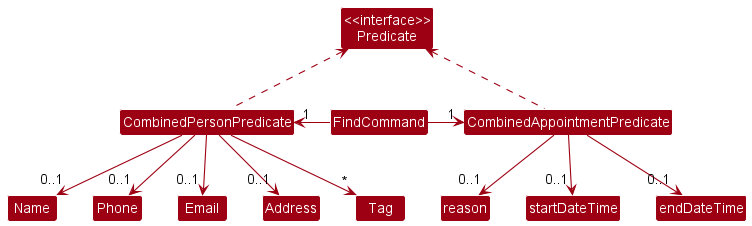
Above: docs/images/FindClassDiagram.png in nus-cs2103-AY2223S1/tp (PlantUML), before the change. The source it was exported from:
```plantuml
@startuml
!include style.puml
skinparam arrowThickness 1.1
skinparam arrowColor MODEL_COLOR
skinparam classBackgroundColor MODEL_COLOR

Class "<<interface>>\nPredicate" as Predicate

CombinedPersonPredicate .up.> Predicate
CombinedAppointmentPredicate .up.> Predicate

FindCommand -left-> "1" CombinedPersonPredicate
FindCommand -right-> "1" CombinedAppointmentPredicate

CombinedPersonPredicate --> "0..1" Name
CombinedPersonPredicate --> "0..1" Phone
CombinedPersonPredicate --> "0..1" Email
CombinedPersonPredicate --> "0..1" Address
CombinedPersonPredicate --> "*" Tag

CombinedAppointmentPredicate --> "0..1" reason
CombinedAppointmentPredicate --> "0..1" startDateTime
CombinedAppointmentPredicate --> "0..1" endDateTime
@enduml
```
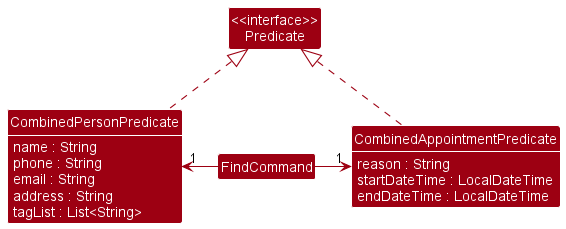
After the commit.

Commit message:
Edit FindClassDiagram and dev guide for find slightly

Diff of the diagram source:
```diff
@@ -6,19 +6,25 @@
 
 Class "<<interface>>\nPredicate" as Predicate
 
-CombinedPersonPredicate .up.> Predicate
-CombinedAppointmentPredicate .up.> Predicate
+CombinedPersonPredicate .up.|> Predicate
+CombinedAppointmentPredicate .up.|> Predicate
 
 FindCommand -left-> "1" CombinedPersonPredicate
 FindCommand -right-> "1" CombinedAppointmentPredicate
 
-CombinedPersonPredicate --> "0..1" Name
-CombinedPersonPredicate --> "0..1" Phone
-CombinedPersonPredicate --> "0..1" Email
-CombinedPersonPredicate --> "0..1" Address
-CombinedPersonPredicate --> "*" Tag
+show CombinedPersonPredicate fields
+class CombinedPersonPredicate {
+    name : String
+    phone : String
+    email : String
+    address : String
+    tagList : List<String>
+}
 
-CombinedAppointmentPredicate --> "0..1" reason
-CombinedAppointmentPredicate --> "0..1" startDateTime
-CombinedAppointmentPredicate --> "0..1" endDateTime
+show CombinedAppointmentPredicate fields
+class CombinedAppointmentPredicate {
+    reason : String
+    startDateTime : LocalDateTime
+    endDateTime : LocalDateTime
+}
 @enduml
```
